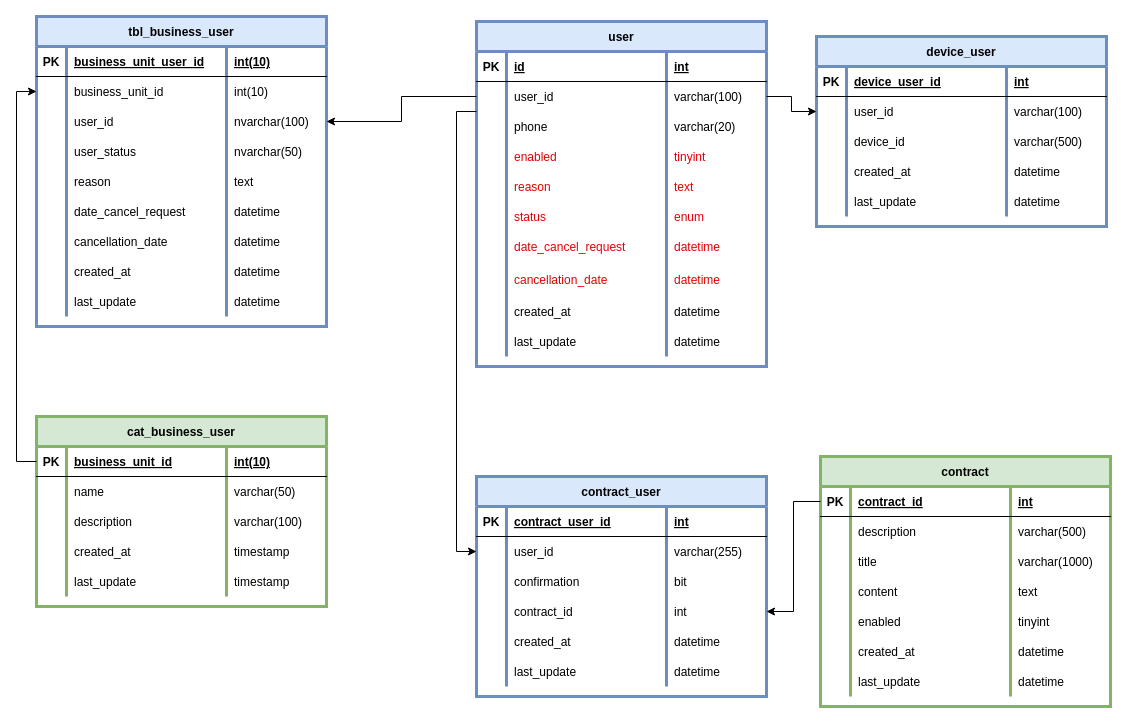
Before: page "Users" (1 of 4) of Data base/E-R Dev.drawio in marcoluisdf/documentacion, a draw.io diagram. Source tidied: cells renumbered, new cells numbered last; positions are measured from the earlier drawing's top-left corner, leaving out a move shared by most shapes. Both pictures are drawn from the tidied source at 100%, with x=0, y=0 at pixel (36, 16).
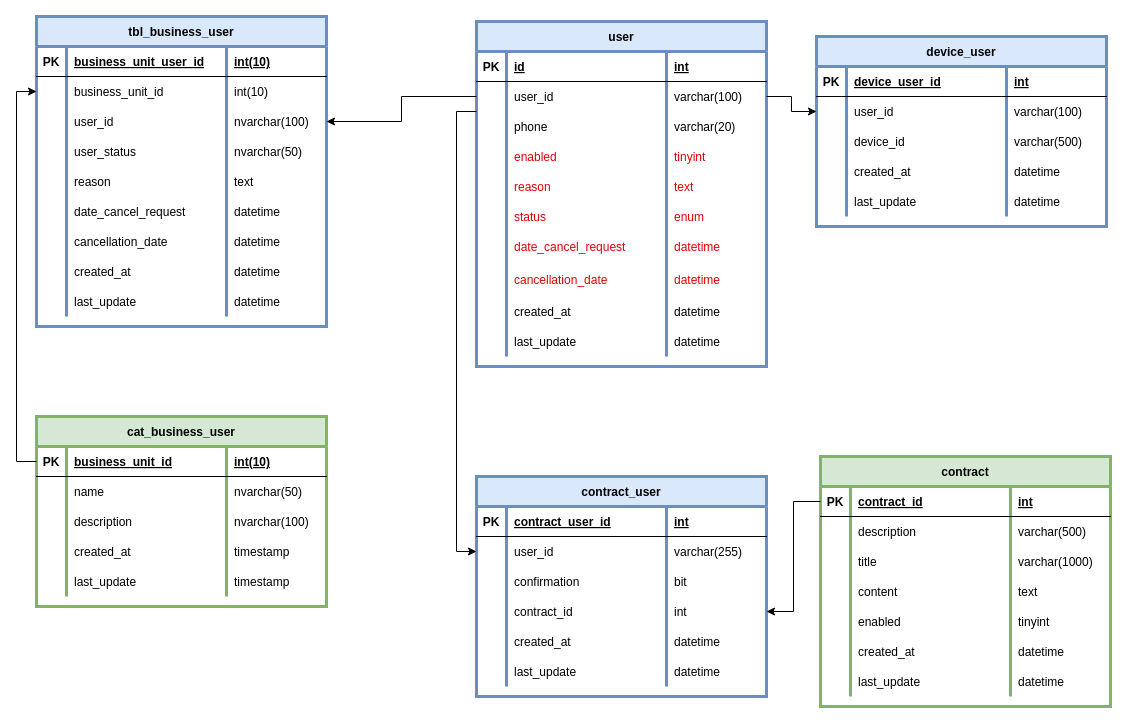
Above is the later version.

Commit message:
Se cambian tipos varchar en cat_business_user

The change refers to these unchanged cells:
```xml
<mxCell id="163" style="shape=partialRectangle;fillColor=none;top=0;left=0;right=0;bottom=0;" parent="158" vertex="1">
  <mxGeometry y="60" width="290" height="30" as="geometry" />
</mxCell>
<mxCell id="167" style="shape=partialRectangle;fillColor=none;top=0;left=0;right=0;bottom=0;" parent="158" vertex="1">
  <mxGeometry y="90" width="290" height="30" as="geometry" />
</mxCell>
```

Diff of the diagram source:
```diff
@@
-    <mxCell id="166" value="varchar(50)" style="shape=partialRectangle;overflow=hidden;fillColor=none;top=0;left=0;bottom=0;right=0;align=left;spacingLeft=6;" parent="163" vertex="1">
+    <mxCell id="166" value="nvarchar(50)" style="shape=partialRectangle;overflow=hidden;fillColor=none;top=0;left=0;bottom=0;right=0;align=left;spacingLeft=6;" parent="163" vertex="1">
       <mxGeometry x="190" width="100" height="30" as="geometry" />
     </mxCell>
@@
-    <mxCell id="170" value="varchar(100)" style="shape=partialRectangle;overflow=hidden;fillColor=none;top=0;left=0;bottom=0;right=0;align=left;spacingLeft=6;" parent="167" vertex="1">
+    <mxCell id="170" value="nvarchar(100)" style="shape=partialRectangle;overflow=hidden;fillColor=none;top=0;left=0;bottom=0;right=0;align=left;spacingLeft=6;" parent="167" vertex="1">
       <mxGeometry x="190" width="100" height="30" as="geometry" />
     </mxCell>
```
